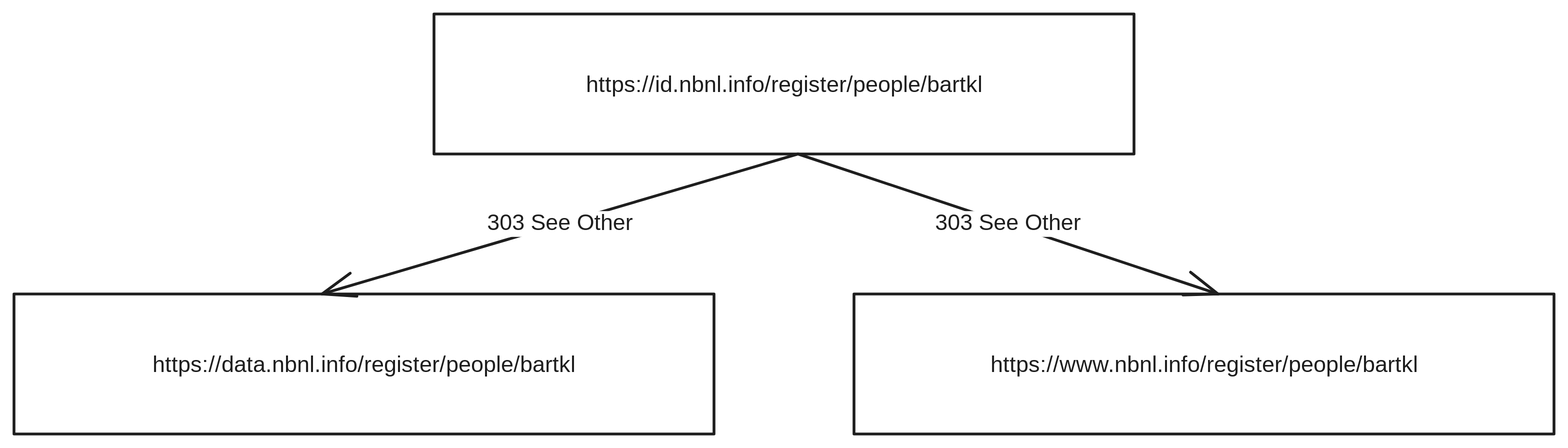
Before: modules/ROOT/images/conneg-real-world-entities.svg, a diagram exported from Excalidraw (Netbeheer-Nederland/uri-policy). Source tidied: one line per element, renumbered; positions are measured from the earlier drawing's top-left corner, leaving out a move shared by most shapes. Its diagram source:
```json
{"id": 0, "type": "rectangle", "strokeColor": "#1e1e1e", "strokeWidth": 2, "roughness": 0, "x": 300, "y": 0, "width": 500, "height": 100}
{"id": 1, "type": "text", "text": "https://id.nbnl.info/register/people/bartkl", "strokeColor": "#1e1e1e", "strokeWidth": 2, "roughness": 0, "fontSize": 16, "fontFamily": 3, "textAlign": "center", "verticalAlign": "middle", "inside": 0, "x": 348, "y": 40, "width": 403, "height": 19}
{"id": 2, "type": "rectangle", "strokeColor": "#1e1e1e", "strokeWidth": 2, "roughness": 0, "x": 600, "y": 200, "width": 500, "height": 100}
{"id": 3, "type": "text", "text": "https://www.nbnl.info/register/people/bartkl", "strokeColor": "#1e1e1e", "strokeWidth": 2, "roughness": 0, "fontSize": 16, "fontFamily": 3, "textAlign": "center", "verticalAlign": "middle", "inside": 2, "x": 644, "y": 240, "width": 412, "height": 19}
{"id": 4, "type": "rectangle", "strokeColor": "#1e1e1e", "strokeWidth": 2, "roughness": 0, "x": 0, "y": 200, "width": 500, "height": 100}
{"id": 5, "type": "text", "text": "https://data.nbnl.info/register/people/bartkl", "strokeColor": "#1e1e1e", "strokeWidth": 2, "roughness": 0, "fontSize": 16, "fontFamily": 3, "textAlign": "center", "verticalAlign": "middle", "inside": 4, "x": 39, "y": 240, "width": 422, "height": 19}
{"id": 6, "type": "arrow", "strokeColor": "#1e1e1e", "strokeWidth": 2, "roughness": 0, "endArrowhead": "arrow", "from": 0, "to": 2, "x": 560, "y": 100, "width": 300, "height": 100, "points": [[0, 0], [300, 100]]}
{"id": 7, "type": "text", "text": "303 See Other", "strokeColor": "#1e1e1e", "strokeWidth": 2, "roughness": 0, "fontSize": 16, "fontFamily": 2, "textAlign": "center", "verticalAlign": "middle", "inside": 6, "x": 658, "y": 141, "width": 104, "height": 18}
{"id": 8, "type": "arrow", "strokeColor": "#1e1e1e", "strokeWidth": 2, "roughness": 0, "endArrowhead": "arrow", "from": 0, "to": 4, "x": 560, "y": 100, "width": 340, "height": 100, "points": [[0, 0], [-340, 100]]}
{"id": 9, "type": "text", "text": "303 See Other", "strokeColor": "#1e1e1e", "strokeWidth": 2, "roughness": 0, "fontSize": 16, "fontFamily": 2, "textAlign": "center", "verticalAlign": "middle", "inside": 8, "x": 338, "y": 141, "width": 104, "height": 18}
```
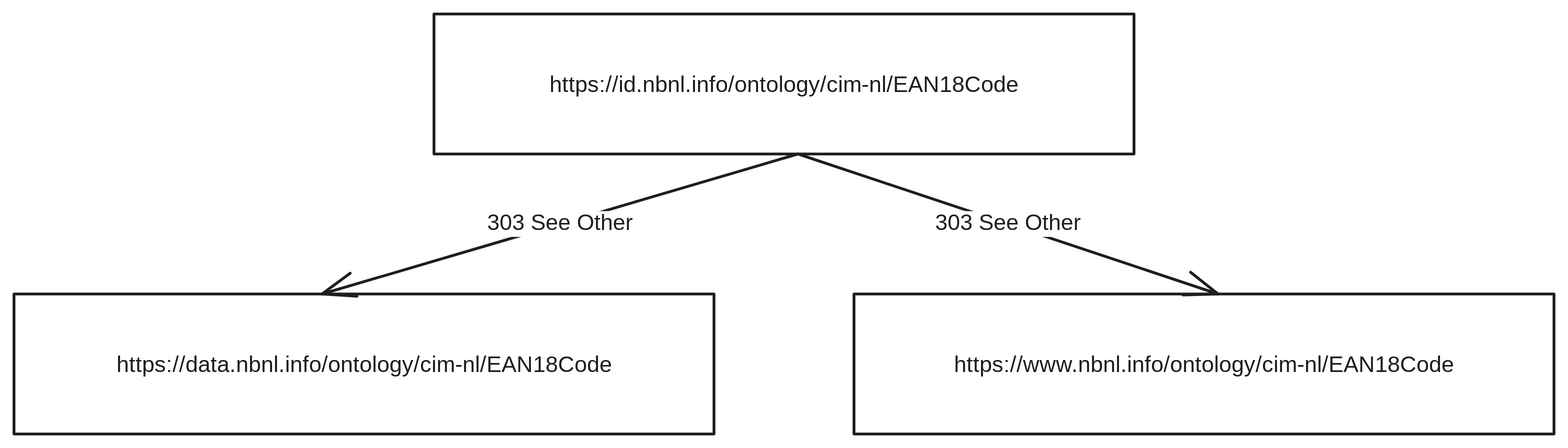
After the commit.

What changed in the source:
```diff
@@ -1,9 +1,9 @@
 {"id": 0, "type": "rectangle", "strokeColor": "#1e1e1e", "strokeWidth": 2, "roughness": 0, "x": 300, "y": 0, "width": 500, "height": 100}
-{"id": 1, "type": "text", "text": "https://id.nbnl.info/register/people/bartkl", "strokeColor": "#1e1e1e", "strokeWidth": 2, "roughness": 0, "fontSize": 16, "fontFamily": 3, "textAlign": "center", "verticalAlign": "middle", "inside": 0, "x": 348, "y": 40, "width": 403, "height": 19}
+{"id": 1, "type": "text", "text": "https://id.nbnl.info/ontology/cim-nl/EAN18Code", "strokeColor": "#1e1e1e", "strokeWidth": 2, "roughness": 0, "fontSize": 16, "fontFamily": 3, "textAlign": "center", "verticalAlign": "middle", "inside": 0, "x": 334, "y": 40, "width": 431, "height": 19}
 {"id": 2, "type": "rectangle", "strokeColor": "#1e1e1e", "strokeWidth": 2, "roughness": 0, "x": 600, "y": 200, "width": 500, "height": 100}
-{"id": 3, "type": "text", "text": "https://www.nbnl.info/register/people/bartkl", "strokeColor": "#1e1e1e", "strokeWidth": 2, "roughness": 0, "fontSize": 16, "fontFamily": 3, "textAlign": "center", "verticalAlign": "middle", "inside": 2, "x": 644, "y": 240, "width": 412, "height": 19}
+{"id": 3, "type": "text", "text": "https://www.nbnl.info/ontology/cim-nl/EAN18Code", "strokeColor": "#1e1e1e", "strokeWidth": 2, "roughness": 0, "fontSize": 16, "fontFamily": 3, "textAlign": "center", "verticalAlign": "middle", "inside": 2, "x": 630, "y": 240, "width": 441, "height": 19}
 {"id": 4, "type": "rectangle", "strokeColor": "#1e1e1e", "strokeWidth": 2, "roughness": 0, "x": 0, "y": 200, "width": 500, "height": 100}
-{"id": 5, "type": "text", "text": "https://data.nbnl.info/register/people/bartkl", "strokeColor": "#1e1e1e", "strokeWidth": 2, "roughness": 0, "fontSize": 16, "fontFamily": 3, "textAlign": "center", "verticalAlign": "middle", "inside": 4, "x": 39, "y": 240, "width": 422, "height": 19}
+{"id": 5, "type": "text", "text": "https://data.nbnl.info/ontology/cim-nl/EAN18Code", "strokeColor": "#1e1e1e", "strokeWidth": 2, "roughness": 0, "fontSize": 16, "fontFamily": 3, "textAlign": "center", "verticalAlign": "middle", "inside": 4, "x": 25, "y": 240, "width": 450, "height": 19}
 {"id": 6, "type": "arrow", "strokeColor": "#1e1e1e", "strokeWidth": 2, "roughness": 0, "endArrowhead": "arrow", "from": 0, "to": 2, "x": 560, "y": 100, "width": 300, "height": 100, "points": [[0, 0], [300, 100]]}
 {"id": 7, "type": "text", "text": "303 See Other", "strokeColor": "#1e1e1e", "strokeWidth": 2, "roughness": 0, "fontSize": 16, "fontFamily": 2, "textAlign": "center", "verticalAlign": "middle", "inside": 6, "x": 658, "y": 141, "width": 104, "height": 18}
 {"id": 8, "type": "arrow", "strokeColor": "#1e1e1e", "strokeWidth": 2, "roughness": 0, "endArrowhead": "arrow", "from": 0, "to": 4, "x": 560, "y": 100, "width": 340, "height": 100, "points": [[0, 0], [-340, 100]]}
```
